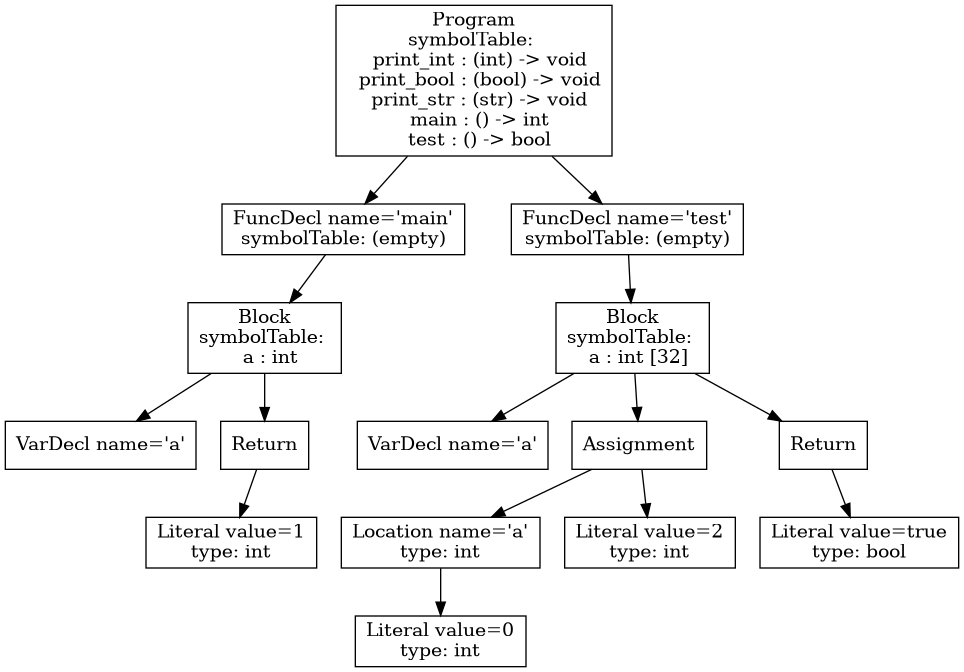
Before: p3-analysis/tree.png, a diagram exported from Graphviz (purejerome/cs432_project). Its source is kept beside it as p3-analysis/tree.dot.
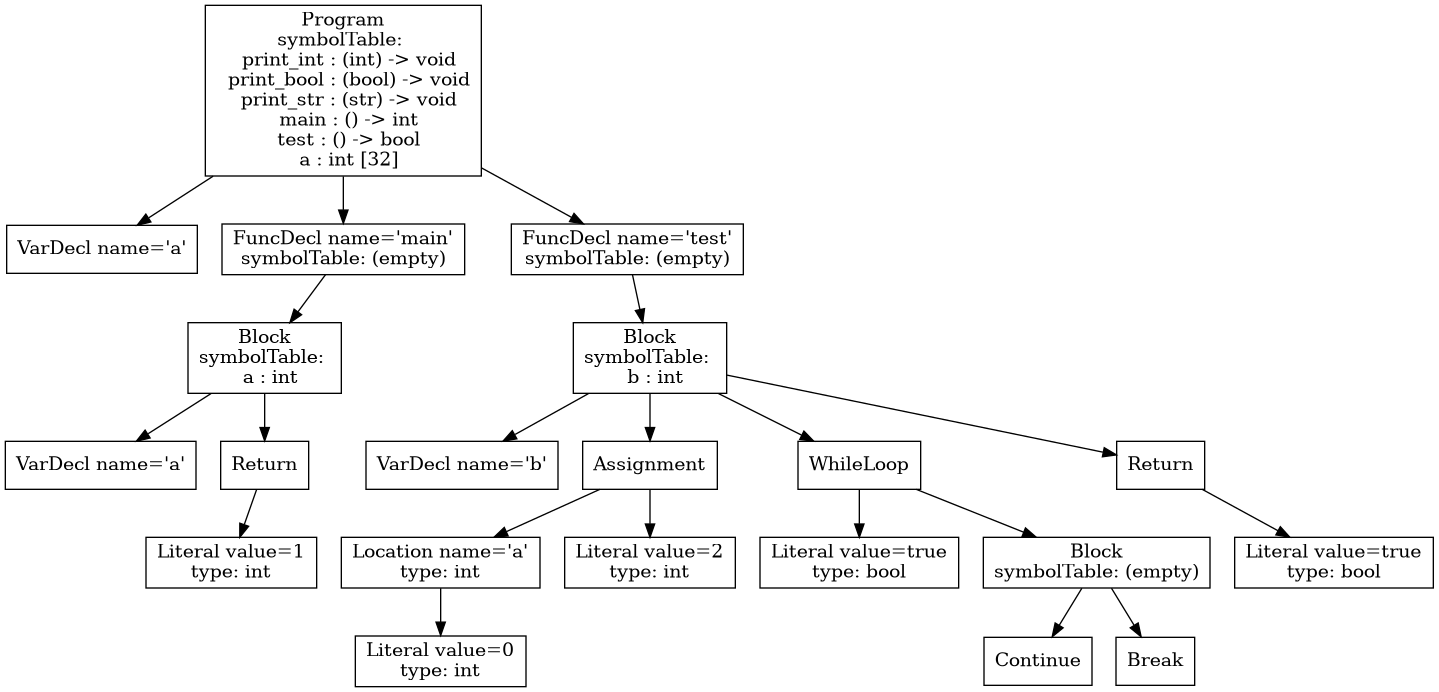
Above is the later version.

Commit message:
arrays cant be inside functions and break and continues only in loops

What changed in the source:
```diff
@@ -1,31 +1,43 @@
 digraph AST {
-3 [shape=box, label="VarDecl name='a'"];
-5 [shape=box, label="Literal value=1\ntype: int"];
-4 [shape=box, label="Return"];
-4 -> 5;
-2 [shape=box, label="Block\nsymbolTable: \n  a : int"];
+1 [shape=box, label="VarDecl name='a'"];
+4 [shape=box, label="VarDecl name='a'"];
+6 [shape=box, label="Literal value=1\ntype: int"];
+5 [shape=box, label="Return"];
+5 -> 6;
+3 [shape=box, label="Block\nsymbolTable: \n  a : int"];
+3 -> 4;
+3 -> 5;
+2 [shape=box, label="FuncDecl name='main'\nsymbolTable: (empty)"];
 2 -> 3;
-2 -> 4;
-1 [shape=box, label="FuncDecl name='main'\nsymbolTable: (empty)"];
-1 -> 2;
-8 [shape=box, label="VarDecl name='a'"];
-11 [shape=box, label="Literal value=0\ntype: int"];
-10 [shape=box, label="Location name='a'\ntype: int"];
+9 [shape=box, label="VarDecl name='b'"];
+12 [shape=box, label="Literal value=0\ntype: int"];
+11 [shape=box, label="Location name='a'\ntype: int"];
+11 -> 12;
+13 [shape=box, label="Literal value=2\ntype: int"];
+10 [shape=box, label="Assignment"];
 10 -> 11;
-12 [shape=box, label="Literal value=2\ntype: int"];
-9 [shape=box, label="Assignment"];
-9 -> 10;
-9 -> 12;
-14 [shape=box, label="Literal value=true\ntype: bool"];
-13 [shape=box, label="Return"];
-13 -> 14;
-7 [shape=box, label="Block\nsymbolTable: \n  a : int [32]"];
+10 -> 13;
+15 [shape=box, label="Literal value=true\ntype: bool"];
+17 [shape=box, label="Continue"];
+18 [shape=box, label="Break"];
+16 [shape=box, label="Block\nsymbolTable: (empty)"];
+16 -> 17;
+16 -> 18;
+14 [shape=box, label="WhileLoop"];
+14 -> 15;
+14 -> 16;
+20 [shape=box, label="Literal value=true\ntype: bool"];
+19 [shape=box, label="Return"];
+19 -> 20;
+8 [shape=box, label="Block\nsymbolTable: \n  b : int"];
+8 -> 9;
+8 -> 10;
+8 -> 14;
+8 -> 19;
+7 [shape=box, label="FuncDecl name='test'\nsymbolTable: (empty)"];
 7 -> 8;
-7 -> 9;
-7 -> 13;
-6 [shape=box, label="FuncDecl name='test'\nsymbolTable: (empty)"];
-6 -> 7;
-0 [shape=box, label="Program\nsymbolTable: \n  print_int : (int) -> void\n  print_bool : (bool) -> void\n  print_str : (str) -> void\n  main : () -> int\n  test : () -> bool"];
+0 [shape=box, label="Program\nsymbolTable: \n  print_int : (int) -> void\n  print_bool : (bool) -> void\n  print_str : (str) -> void\n  main : () -> int\n  test : () -> bool\n  a : int [32]"];
 0 -> 1;
-0 -> 6;
+0 -> 2;
+0 -> 7;
 }
```
